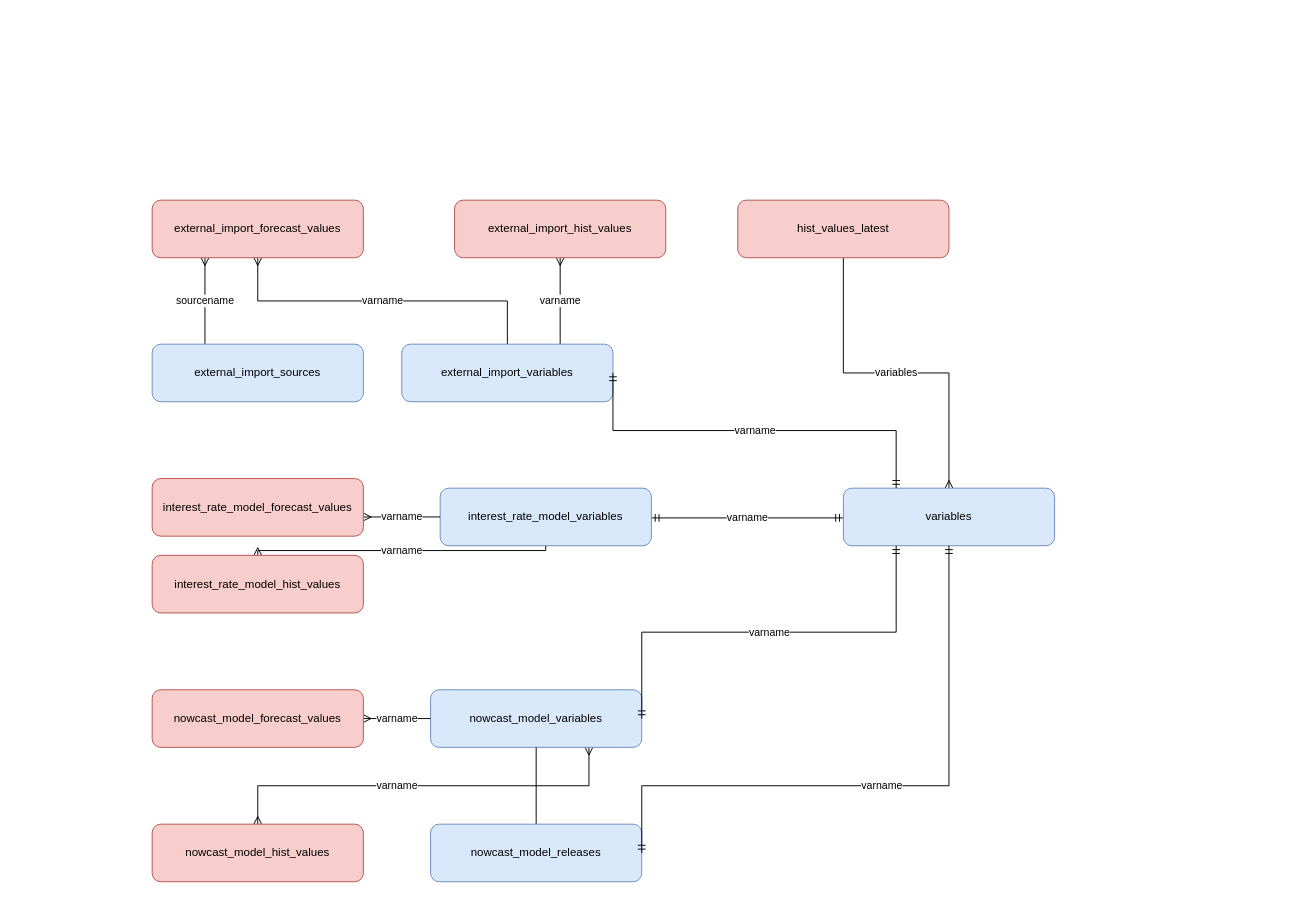
Above: page "sql-structure" (2 of 2) of docs/model-flow.drawio in bongohead/econforecasting-r (draw.io), before the change. Source tidied: cells renumbered, new cells numbered last; positions are measured from the earlier drawing's top-left corner, leaving out a move shared by most shapes. Both pictures are drawn from the tidied source at 96%, with x=0, y=0 at pixel (152, 200).
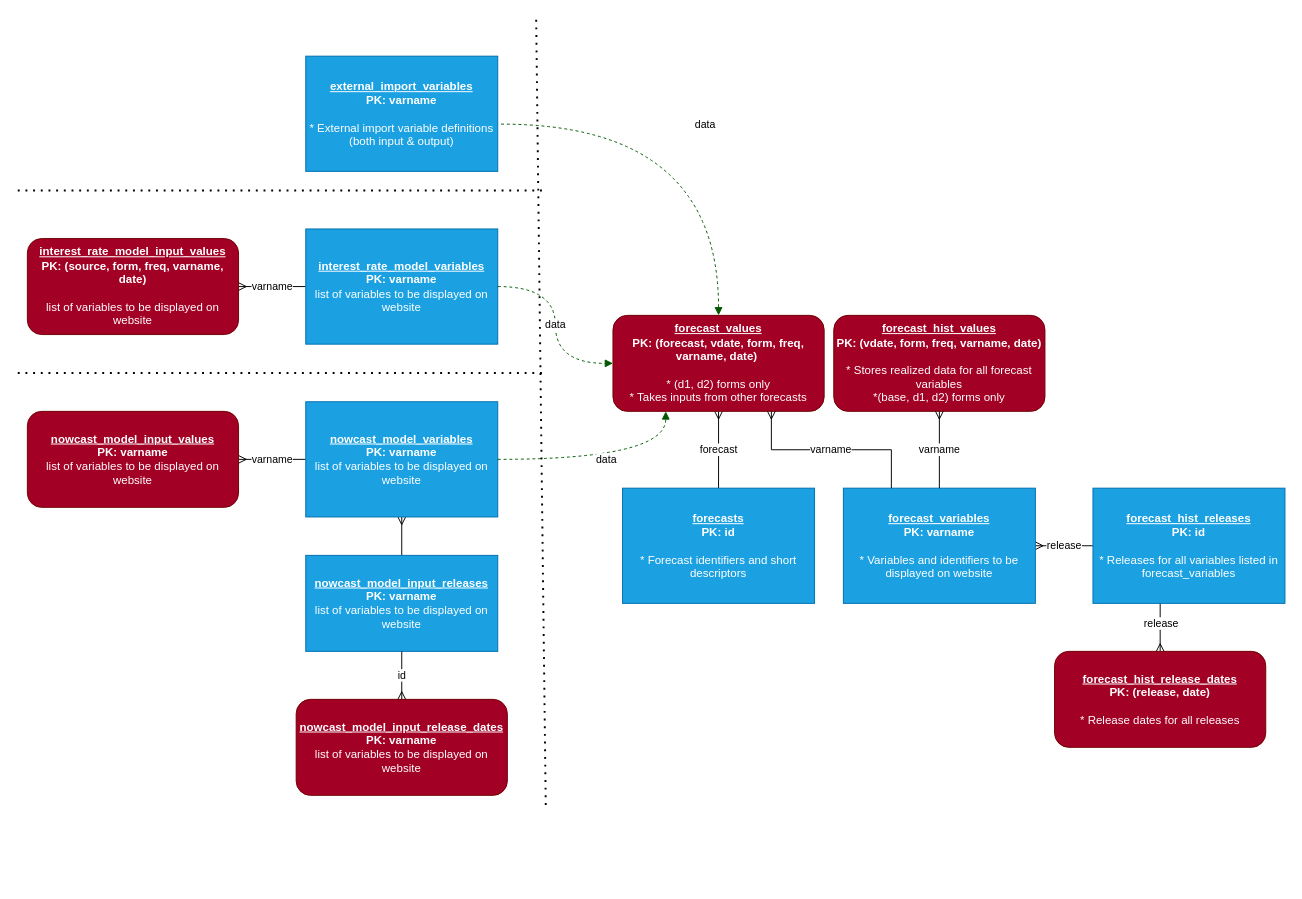
The same diagram, later.

What changed in the source:
```diff
@@
-    <mxCell id="2" value="varname" style="edgeStyle=elbowEdgeStyle;rounded=0;jettySize=auto;elbow=vertical;html=1;entryX=0.5;entryY=0;entryDx=0;entryDy=0;endArrow=none;endFill=0;startArrow=ERmany;startFill=0;" parent="1" edge="1" source="4" target="7">
-      <mxGeometry relative="1" as="geometry" />
-    </mxCell>
-    <mxCell id="3" value="sourcename" style="edgeStyle=elbowEdgeStyle;rounded=0;jettySize=auto;elbow=vertical;html=1;exitX=0.25;exitY=1;exitDx=0;exitDy=0;entryX=0.25;entryY=0;entryDx=0;entryDy=0;startArrow=ERmany;startFill=0;endArrow=none;endFill=0;" parent="1" edge="1" source="4" target="8">
-      <mxGeometry relative="1" as="geometry" />
-    </mxCell>
-    <mxCell id="4" value="external_import_forecast_values" style="rounded=1;whiteSpace=wrap;html=1;fillColor=#f8cecc;strokeColor=#b85450;" parent="1" vertex="1">
-      <mxGeometry width="220" height="60" as="geometry" />
-    </mxCell>
-    <mxCell id="5" value="varname" style="edgeStyle=elbowEdgeStyle;rounded=0;jettySize=auto;elbow=vertical;html=1;entryX=0.75;entryY=0;entryDx=0;entryDy=0;startArrow=ERmany;startFill=0;endArrow=none;endFill=0;" parent="1" edge="1" source="6" target="7">
-      <mxGeometry relative="1" as="geometry" />
-    </mxCell>
-    <mxCell id="6" value="external_import_hist_values" style="rounded=1;whiteSpace=wrap;html=1;fillColor=#f8cecc;strokeColor=#b85450;" parent="1" vertex="1">
-      <mxGeometry x="315" width="220" height="60" as="geometry" />
-    </mxCell>
-    <mxCell id="7" value="external_import_variables" style="rounded=1;whiteSpace=wrap;html=1;fillColor=#dae8fc;strokeColor=#6c8ebf;" parent="1" vertex="1">
-      <mxGeometry x="260" y="150" width="220" height="60" as="geometry" />
-    </mxCell>
-    <mxCell id="8" value="external_import_sources" style="rounded=1;whiteSpace=wrap;html=1;fillColor=#dae8fc;strokeColor=#6c8ebf;" parent="1" vertex="1">
-      <mxGeometry y="150" width="220" height="60" as="geometry" />
-    </mxCell>
-    <mxCell id="9" value="varname" style="edgeStyle=elbowEdgeStyle;rounded=0;orthogonalLoop=1;jettySize=auto;elbow=vertical;html=1;entryX=0;entryY=0.5;entryDx=0;entryDy=0;startArrow=ERmandOne;startFill=0;endArrow=ERmandOne;endFill=0;" parent="1" edge="1">
-      <mxGeometry relative="1" as="geometry">
-        <mxPoint x="520" y="331" as="sourcePoint" />
-        <mxPoint x="720" y="331" as="targetPoint" />
-      </mxGeometry>
-    </mxCell>
-    <mxCell id="10" value="interest_rate_model_variables" style="rounded=1;whiteSpace=wrap;html=1;fillColor=#dae8fc;strokeColor=#6c8ebf;" parent="1" vertex="1">
-      <mxGeometry x="300" y="300" width="220" height="60" as="geometry" />
-    </mxCell>
-    <mxCell id="11" value="varname" style="edgeStyle=elbowEdgeStyle;rounded=0;jettySize=auto;elbow=vertical;html=1;entryX=0;entryY=0.5;entryDx=0;entryDy=0;startArrow=ERmany;startFill=0;endArrow=none;endFill=0;" parent="1" edge="1" source="12" target="10">
-      <mxGeometry relative="1" as="geometry" />
-    </mxCell>
-    <mxCell id="12" value="interest_rate_model_forecast_values" style="rounded=1;whiteSpace=wrap;html=1;fillColor=#f8cecc;strokeColor=#b85450;" parent="1" vertex="1">
-      <mxGeometry y="290" width="220" height="60" as="geometry" />
-    </mxCell>
-    <mxCell id="13" value="varname" style="edgeStyle=elbowEdgeStyle;rounded=0;jettySize=auto;elbow=vertical;html=1;startArrow=ERmany;startFill=0;endArrow=none;endFill=0;" parent="1" edge="1" source="14" target="10">
-      <mxGeometry relative="1" as="geometry" />
-    </mxCell>
-    <mxCell id="14" value="interest_rate_model_hist_values" style="rounded=1;whiteSpace=wrap;html=1;fillColor=#f8cecc;strokeColor=#b85450;" parent="1" vertex="1">
-      <mxGeometry y="370" width="220" height="60" as="geometry" />
-    </mxCell>
-    <mxCell id="15" style="edgeStyle=elbowEdgeStyle;rounded=0;jettySize=auto;elbow=vertical;html=1;exitX=0.75;exitY=1;exitDx=0;exitDy=0;entryX=0.5;entryY=0;entryDx=0;entryDy=0;startArrow=ERmany;startFill=0;endArrow=none;endFill=0;" parent="1" edge="1" source="16" target="21">
-      <mxGeometry relative="1" as="geometry" />
-    </mxCell>
-    <mxCell id="16" value="nowcast_model_variables" style="rounded=1;whiteSpace=wrap;html=1;fillColor=#dae8fc;strokeColor=#6c8ebf;" parent="1" vertex="1">
-      <mxGeometry x="290" y="510" width="220" height="60" as="geometry" />
-    </mxCell>
-    <mxCell id="17" value="varname" style="edgeStyle=elbowEdgeStyle;rounded=0;jettySize=auto;elbow=vertical;html=1;entryX=0;entryY=0.5;entryDx=0;entryDy=0;startArrow=ERmany;startFill=0;endArrow=none;endFill=0;" parent="1" edge="1" source="18" target="16">
-      <mxGeometry relative="1" as="geometry" />
-    </mxCell>
-    <mxCell id="18" value="nowcast_model_forecast_values" style="rounded=1;whiteSpace=wrap;html=1;fillColor=#f8cecc;strokeColor=#b85450;" parent="1" vertex="1">
-      <mxGeometry y="510" width="220" height="60" as="geometry" />
-    </mxCell>
-    <mxCell id="19" value="varname" style="edgeStyle=elbowEdgeStyle;rounded=0;jettySize=auto;elbow=vertical;html=1;startArrow=ERmany;startFill=0;endArrow=none;endFill=0;" parent="1" edge="1" source="20" target="16">
-      <mxGeometry relative="1" as="geometry" />
-    </mxCell>
-    <mxCell id="20" value="nowcast_model_hist_values" style="rounded=1;whiteSpace=wrap;html=1;fillColor=#f8cecc;strokeColor=#b85450;" parent="1" vertex="1">
-      <mxGeometry y="650" width="220" height="60" as="geometry" />
-    </mxCell>
-    <mxCell id="21" value="nowcast_model_releases" style="rounded=1;whiteSpace=wrap;html=1;fillColor=#dae8fc;strokeColor=#6c8ebf;" parent="1" vertex="1">
-      <mxGeometry x="290" y="650" width="220" height="60" as="geometry" />
-    </mxCell>
-    <mxCell id="22" value="variables" style="edgeStyle=elbowEdgeStyle;rounded=0;jettySize=auto;elbow=vertical;html=1;entryX=0.5;entryY=1;entryDx=0;entryDy=0;startArrow=ERmany;startFill=0;endArrow=none;endFill=0;" parent="1" edge="1" source="23" target="24">
-      <mxGeometry relative="1" as="geometry" />
-    </mxCell>
+    <mxCell id="28" value="release" style="edgeStyle=orthogonalEdgeStyle;rounded=0;jettySize=auto;html=1;startArrow=ERmany;startFill=0;endArrow=none;endFill=0;" parent="1" edge="1" source="23" target="51">
+      <mxGeometry relative="1" as="geometry" />
+    </mxCell>
-    <mxCell id="23" value="variables" style="rounded=1;whiteSpace=wrap;html=1;fillColor=#dae8fc;strokeColor=#6c8ebf;" parent="1" vertex="1">
-      <mxGeometry x="720" y="300" width="220" height="60" as="geometry" />
+    <mxCell id="23" value="&lt;u&gt;forecast_variables&lt;br&gt;&lt;/u&gt;PK: varname&lt;br&gt;&lt;br&gt;&lt;div&gt;&lt;span style=&quot;font-weight: normal ; line-height: 1.2&quot;&gt;* Variables and identifiers to be displayed on website&lt;/span&gt;&lt;/div&gt;" style="rounded=0;whiteSpace=wrap;html=1;fillColor=#1ba1e2;strokeColor=#006EAF;glass=0;shadow=0;sketch=0;fontStyle=1;align=center;fontColor=#ffffff;" parent="1" vertex="1">
+      <mxGeometry x="720" y="300" width="200" height="120" as="geometry" />
     </mxCell>
-    <mxCell id="24" value="hist_values_latest" style="rounded=1;whiteSpace=wrap;html=1;fillColor=#f8cecc;strokeColor=#b85450;" parent="1" vertex="1">
-      <mxGeometry x="610" width="220" height="60" as="geometry" />
-    </mxCell>
-    <mxCell id="25" value="varname" style="edgeStyle=elbowEdgeStyle;rounded=0;jettySize=auto;elbow=vertical;html=1;entryX=0.25;entryY=1;entryDx=0;entryDy=0;startArrow=ERmandOne;startFill=0;endArrow=ERmandOne;endFill=0;exitX=1;exitY=0.5;exitDx=0;exitDy=0;" parent="1" edge="1" source="16" target="23">
-      <mxGeometry relative="1" as="geometry" />
-    </mxCell>
-    <mxCell id="26" value="varname" style="edgeStyle=elbowEdgeStyle;rounded=0;jettySize=auto;elbow=vertical;html=1;entryX=0.5;entryY=1;entryDx=0;entryDy=0;startArrow=ERmandOne;startFill=0;endArrow=ERmandOne;endFill=0;exitX=1;exitY=0.5;exitDx=0;exitDy=0;" parent="1" edge="1" source="21" target="23">
-      <mxGeometry relative="1" as="geometry">
-        <Array as="points">
-          <mxPoint x="660" y="610" />
-        </Array>
-      </mxGeometry>
-    </mxCell>
-    <mxCell id="27" value="varname" style="edgeStyle=elbowEdgeStyle;rounded=0;jettySize=auto;elbow=vertical;html=1;entryX=0.25;entryY=0;entryDx=0;entryDy=0;startArrow=ERmandOne;startFill=0;endArrow=ERmandOne;endFill=0;" parent="1" edge="1" target="23">
-      <mxGeometry relative="1" as="geometry">
-        <mxPoint x="480" y="180" as="sourcePoint" />
-      </mxGeometry>
-    </mxCell>
+    <mxCell id="29" value="forecast" style="edgeStyle=orthogonalEdgeStyle;rounded=0;jettySize=auto;html=1;startArrow=none;startFill=0;endArrow=ERmany;endFill=0;" parent="1" edge="1" source="30" target="31">
+      <mxGeometry relative="1" as="geometry" />
+    </mxCell>
+    <mxCell id="30" value="&lt;u&gt;forecasts&lt;br&gt;&lt;/u&gt;PK: id&lt;br&gt;&lt;br&gt;&lt;div&gt;&lt;span style=&quot;font-weight: 400&quot;&gt;* Forecast identifiers and short descriptors&lt;/span&gt;&lt;/div&gt;" style="rounded=0;whiteSpace=wrap;html=1;fillColor=#1ba1e2;strokeColor=#006EAF;glass=0;shadow=0;sketch=0;fontStyle=1;align=center;fontColor=#ffffff;" parent="1" vertex="1">
+      <mxGeometry x="490" y="300" width="200" height="120" as="geometry" />
+    </mxCell>
+    <mxCell id="31" value="&lt;u&gt;forecast_values&lt;br&gt;&lt;/u&gt;PK: (forecast, vdate, form, freq, varname, date)&amp;nbsp;&lt;br&gt;&lt;br&gt;&lt;div&gt;&lt;span style=&quot;font-weight: 400&quot;&gt;* (d1, d2) forms only&lt;/span&gt;&lt;br&gt;&lt;/div&gt;&lt;div&gt;&lt;span style=&quot;font-weight: 400&quot;&gt;* Takes inputs from other forecasts&lt;/span&gt;&lt;br&gt;&lt;/div&gt;" style="rounded=1;whiteSpace=wrap;html=1;fillColor=#a20025;strokeColor=#6F0000;glass=0;shadow=0;sketch=0;fontStyle=1;align=center;fontColor=#ffffff;" parent="1" vertex="1">
+      <mxGeometry x="480" y="120" width="220" height="100" as="geometry" />
+    </mxCell>
+    <mxCell id="32" value="&lt;u&gt;forecast_hist_values&lt;br&gt;&lt;/u&gt;PK: (vdate, form, freq, varname, date)&lt;br&gt;&amp;nbsp;&lt;br&gt;&lt;div&gt;&lt;span style=&quot;font-weight: 400&quot;&gt;* Stores realized data for all forecast variables&lt;/span&gt;&lt;/div&gt;&lt;div&gt;&lt;span style=&quot;font-weight: 400&quot;&gt;*(base, d1, d2) forms only&lt;/span&gt;&lt;/div&gt;" style="rounded=1;whiteSpace=wrap;html=1;fillColor=#a20025;strokeColor=#6F0000;glass=0;shadow=0;sketch=0;fontStyle=1;align=center;fontColor=#ffffff;" parent="1" vertex="1">
+      <mxGeometry x="710" y="120" width="220" height="100" as="geometry" />
+    </mxCell>
+    <mxCell id="33" value="varname" style="edgeStyle=elbowEdgeStyle;rounded=0;jettySize=auto;elbow=vertical;html=1;startArrow=none;startFill=0;endArrow=ERmany;endFill=0;exitX=0.25;exitY=0;exitDx=0;exitDy=0;entryX=0.75;entryY=1;entryDx=0;entryDy=0;" parent="1" edge="1" source="23" target="31">
+      <mxGeometry relative="1" as="geometry" />
+    </mxCell>
+    <mxCell id="34" value="varname" style="edgeStyle=elbowEdgeStyle;rounded=0;jettySize=auto;elbow=vertical;html=1;startArrow=none;startFill=0;endArrow=ERmany;endFill=0;exitX=0.5;exitY=0;exitDx=0;exitDy=0;" parent="1" edge="1" source="23" target="32">
+      <mxGeometry relative="1" as="geometry" />
+    </mxCell>
+    <mxCell id="35" value="varname" style="edgeStyle=orthogonalEdgeStyle;rounded=0;jettySize=auto;html=1;entryX=0;entryY=0.5;entryDx=0;entryDy=0;startArrow=ERmany;startFill=0;endArrow=none;endFill=0;" parent="1" edge="1" source="36" target="38">
+      <mxGeometry relative="1" as="geometry" />
+    </mxCell>
+    <mxCell id="36" value="&lt;u&gt;nowcast_model_input_values&lt;br&gt;&lt;/u&gt;PK: varname&lt;br&gt;&lt;div&gt;&lt;span style=&quot;font-weight: normal ; line-height: 1.2&quot;&gt;list of variables to be displayed on website&lt;/span&gt;&lt;/div&gt;" style="rounded=1;whiteSpace=wrap;html=1;fillColor=#a20025;strokeColor=#6F0000;glass=0;shadow=0;sketch=0;fontStyle=1;align=center;fontColor=#ffffff;" parent="1" vertex="1">
+      <mxGeometry x="-130" y="220" width="220" height="100" as="geometry" />
+    </mxCell>
+    <mxCell id="37" style="edgeStyle=orthogonalEdgeStyle;rounded=0;jettySize=auto;html=1;startArrow=ERmany;startFill=0;endArrow=none;endFill=0;" parent="1" edge="1" source="38" target="39">
+      <mxGeometry relative="1" as="geometry" />
+    </mxCell>
+    <mxCell id="38" value="&lt;u&gt;nowcast_model_variables&lt;br&gt;&lt;/u&gt;PK: varname&lt;br&gt;&lt;div&gt;&lt;span style=&quot;font-weight: normal ; line-height: 1.2&quot;&gt;list of variables to be displayed on website&lt;/span&gt;&lt;/div&gt;" style="rounded=0;whiteSpace=wrap;html=1;fillColor=#1ba1e2;strokeColor=#006EAF;glass=0;shadow=0;sketch=0;fontStyle=1;align=center;fontColor=#ffffff;" parent="1" vertex="1">
+      <mxGeometry x="160" y="210" width="200" height="120" as="geometry" />
+    </mxCell>
+    <mxCell id="39" value="&lt;u&gt;nowcast_model_input_releases&lt;br&gt;&lt;/u&gt;PK: varname&lt;br&gt;&lt;div&gt;&lt;span style=&quot;font-weight: normal ; line-height: 1.2&quot;&gt;list of variables to be displayed on website&lt;/span&gt;&lt;/div&gt;" style="rounded=0;whiteSpace=wrap;html=1;fillColor=#1ba1e2;strokeColor=#006EAF;glass=0;shadow=0;sketch=0;fontStyle=1;align=center;fontColor=#ffffff;" parent="1" vertex="1">
+      <mxGeometry x="160" y="370" width="200" height="100" as="geometry" />
+    </mxCell>
+    <mxCell id="40" value="id" style="edgeStyle=orthogonalEdgeStyle;rounded=0;jettySize=auto;html=1;entryX=0.5;entryY=1;entryDx=0;entryDy=0;startArrow=ERmany;startFill=0;endArrow=none;endFill=0;" parent="1" edge="1" source="41" target="39">
+      <mxGeometry relative="1" as="geometry" />
+    </mxCell>
+    <mxCell id="41" value="&lt;u&gt;nowcast_model_input_release_dates&lt;br&gt;&lt;/u&gt;PK: varname&lt;br&gt;&lt;div&gt;&lt;span style=&quot;font-weight: normal ; line-height: 1.2&quot;&gt;list of variables to be displayed on website&lt;/span&gt;&lt;/div&gt;" style="rounded=1;whiteSpace=wrap;html=1;fillColor=#a20025;strokeColor=#6F0000;glass=0;shadow=0;sketch=0;fontStyle=1;align=center;fontColor=#ffffff;" parent="1" vertex="1">
+      <mxGeometry x="150" y="520" width="220" height="100" as="geometry" />
+    </mxCell>
+    <mxCell id="42" value="varname" style="edgeStyle=orthogonalEdgeStyle;rounded=0;jettySize=auto;html=1;exitX=1;exitY=0.5;exitDx=0;exitDy=0;entryX=0;entryY=0.5;entryDx=0;entryDy=0;startArrow=ERmany;startFill=0;endArrow=none;endFill=0;" parent="1" edge="1" source="43" target="44">
+      <mxGeometry relative="1" as="geometry" />
+    </mxCell>
+    <mxCell id="43" value="&lt;u&gt;interest_rate_model_input_values&lt;br&gt;&lt;/u&gt;PK: (source, form, freq, varname, date)&lt;br&gt;&lt;br&gt;&lt;div&gt;&lt;span style=&quot;font-weight: normal ; line-height: 1.2&quot;&gt;list of variables to be displayed on website&lt;/span&gt;&lt;/div&gt;" style="rounded=1;whiteSpace=wrap;html=1;fillColor=#a20025;strokeColor=#6F0000;glass=0;shadow=0;sketch=0;fontStyle=1;align=center;fontColor=#ffffff;" parent="1" vertex="1">
+      <mxGeometry x="-130" y="40" width="220" height="100" as="geometry" />
+    </mxCell>
+    <mxCell id="44" value="&lt;u&gt;interest_rate_model_variables&lt;br&gt;&lt;/u&gt;PK: varname&lt;br&gt;&lt;div&gt;&lt;span style=&quot;font-weight: normal ; line-height: 1.2&quot;&gt;list of variables to be displayed on website&lt;/span&gt;&lt;/div&gt;" style="rounded=0;whiteSpace=wrap;html=1;fillColor=#1ba1e2;strokeColor=#006EAF;glass=0;shadow=0;sketch=0;fontStyle=1;align=center;fontColor=#ffffff;" parent="1" vertex="1">
+      <mxGeometry x="160" y="30" width="200" height="120" as="geometry" />
+    </mxCell>
+    <mxCell id="45" value="&lt;u&gt;external_import_variables&lt;br&gt;&lt;/u&gt;PK: varname&lt;br&gt;&lt;div&gt;&lt;br&gt;&lt;/div&gt;&lt;div&gt;&lt;span style=&quot;font-weight: 400&quot;&gt;* External import variable definitions (both input &amp;amp; output)&lt;/span&gt;&lt;/div&gt;" style="rounded=0;whiteSpace=wrap;html=1;fillColor=#1ba1e2;strokeColor=#006EAF;glass=0;shadow=0;sketch=0;fontStyle=1;align=center;fontColor=#ffffff;" parent="1" vertex="1">
+      <mxGeometry x="160" y="-150" width="200" height="120" as="geometry" />
+    </mxCell>
+    <mxCell id="46" value="data" style="edgeStyle=orthogonalEdgeStyle;rounded=0;jettySize=auto;html=1;exitX=1.017;exitY=0.59;exitDx=0;exitDy=0;startArrow=none;startFill=0;endArrow=block;endFill=1;curved=1;dashed=1;fillColor=#008a00;strokeColor=#005700;exitPerimeter=0;" parent="1" edge="1" source="45" target="31">
+      <mxGeometry relative="1" as="geometry" />
+    </mxCell>
+    <mxCell id="47" value="data" style="edgeStyle=orthogonalEdgeStyle;rounded=0;jettySize=auto;html=1;exitX=1;exitY=0.5;exitDx=0;exitDy=0;startArrow=none;startFill=0;endArrow=block;endFill=1;curved=1;dashed=1;fillColor=#008a00;strokeColor=#005700;entryX=0;entryY=0.5;entryDx=0;entryDy=0;" parent="1" edge="1" source="44" target="31">
+      <mxGeometry relative="1" as="geometry" />
+    </mxCell>
+    <mxCell id="48" value="data" style="edgeStyle=orthogonalEdgeStyle;rounded=0;jettySize=auto;html=1;startArrow=none;startFill=0;endArrow=block;endFill=1;curved=1;dashed=1;fillColor=#008a00;strokeColor=#005700;entryX=0.25;entryY=1;entryDx=0;entryDy=0;" parent="1" edge="1" source="38" target="31">
+      <mxGeometry relative="1" as="geometry" />
+    </mxCell>
+    <mxCell id="49" value="release" style="edgeStyle=orthogonalEdgeStyle;rounded=0;jettySize=auto;html=1;startArrow=ERmany;startFill=0;endArrow=none;endFill=0;" parent="1" edge="1" source="50">
+      <mxGeometry relative="1" as="geometry">
+        <mxPoint x="1050" y="410" as="targetPoint" />
+      </mxGeometry>
+    </mxCell>
+    <mxCell id="50" value="&lt;u&gt;forecast_hist_release_dates&lt;br&gt;&lt;/u&gt;PK: (release, date)&lt;br&gt;&lt;div&gt;&lt;br&gt;&lt;/div&gt;&lt;div&gt;&lt;span style=&quot;font-weight: 400&quot;&gt;* Release dates for all releases&lt;/span&gt;&lt;/div&gt;" style="rounded=1;whiteSpace=wrap;html=1;fillColor=#a20025;strokeColor=#6F0000;glass=0;shadow=0;sketch=0;fontStyle=1;align=center;fontColor=#ffffff;" parent="1" vertex="1">
+      <mxGeometry x="940" y="470" width="220" height="100" as="geometry" />
+    </mxCell>
+    <mxCell id="51" value="&lt;u&gt;forecast_hist_releases&lt;/u&gt;&lt;br&gt;PK: id&lt;br&gt;&lt;span style=&quot;font-weight: normal&quot;&gt;&lt;br&gt;* Releases for all variables listed in forecast_variables&lt;/span&gt;" style="rounded=0;whiteSpace=wrap;html=1;fillColor=#1ba1e2;strokeColor=#006EAF;glass=0;shadow=0;sketch=0;fontStyle=1;align=center;fontColor=#ffffff;" parent="1" vertex="1">
+      <mxGeometry x="980" y="300" width="200" height="120" as="geometry" />
+    </mxCell>
+    <mxCell id="52" style="endArrow=none;dashed=1;html=1;dashPattern=1 3;strokeWidth=2;rounded=0;" parent="1" edge="1">
+      <mxGeometry relative="1" as="geometry">
+        <mxPoint x="-140" y="180" as="sourcePoint" />
+        <mxPoint x="410" y="180" as="targetPoint" />
+      </mxGeometry>
+    </mxCell>
+    <mxCell id="53" style="endArrow=none;dashed=1;html=1;dashPattern=1 3;strokeWidth=2;rounded=0;" parent="1" edge="1">
+      <mxGeometry relative="1" as="geometry">
+        <mxPoint x="410" y="630" as="sourcePoint" />
+        <mxPoint x="400" y="-190" as="targetPoint" />
+      </mxGeometry>
+    </mxCell>
+    <mxCell id="54" style="endArrow=none;dashed=1;html=1;dashPattern=1 3;strokeWidth=2;rounded=0;" parent="1" edge="1">
+      <mxGeometry relative="1" as="geometry">
+        <mxPoint x="-140" y="-10" as="sourcePoint" />
+        <mxPoint x="410" y="-10" as="targetPoint" />
+      </mxGeometry>
+    </mxCell>
```
